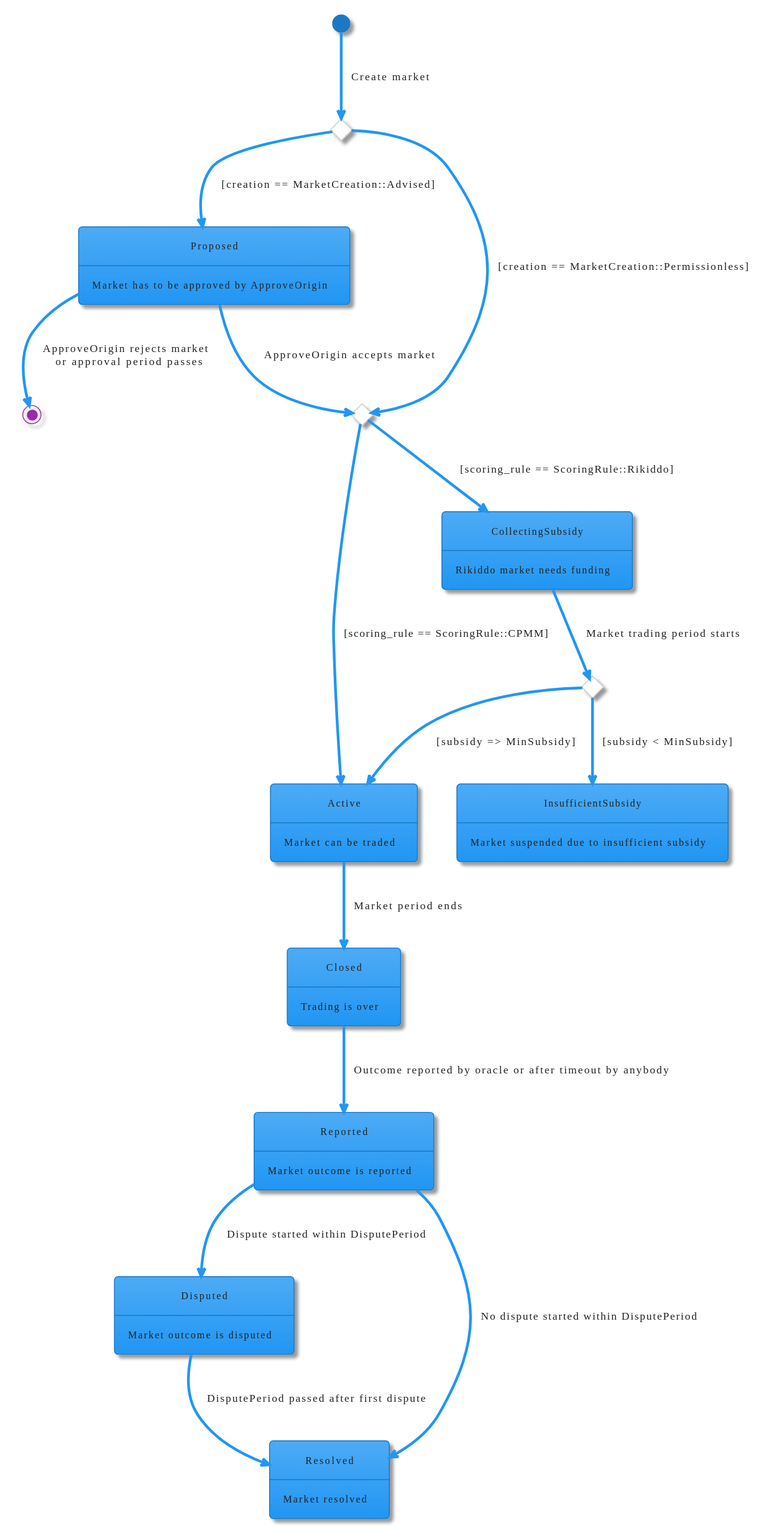
Earlier version of the PlantUML export docs/diagrams/svg/market_state_diagram.svg (zeitgeistpm/zeitgeist).
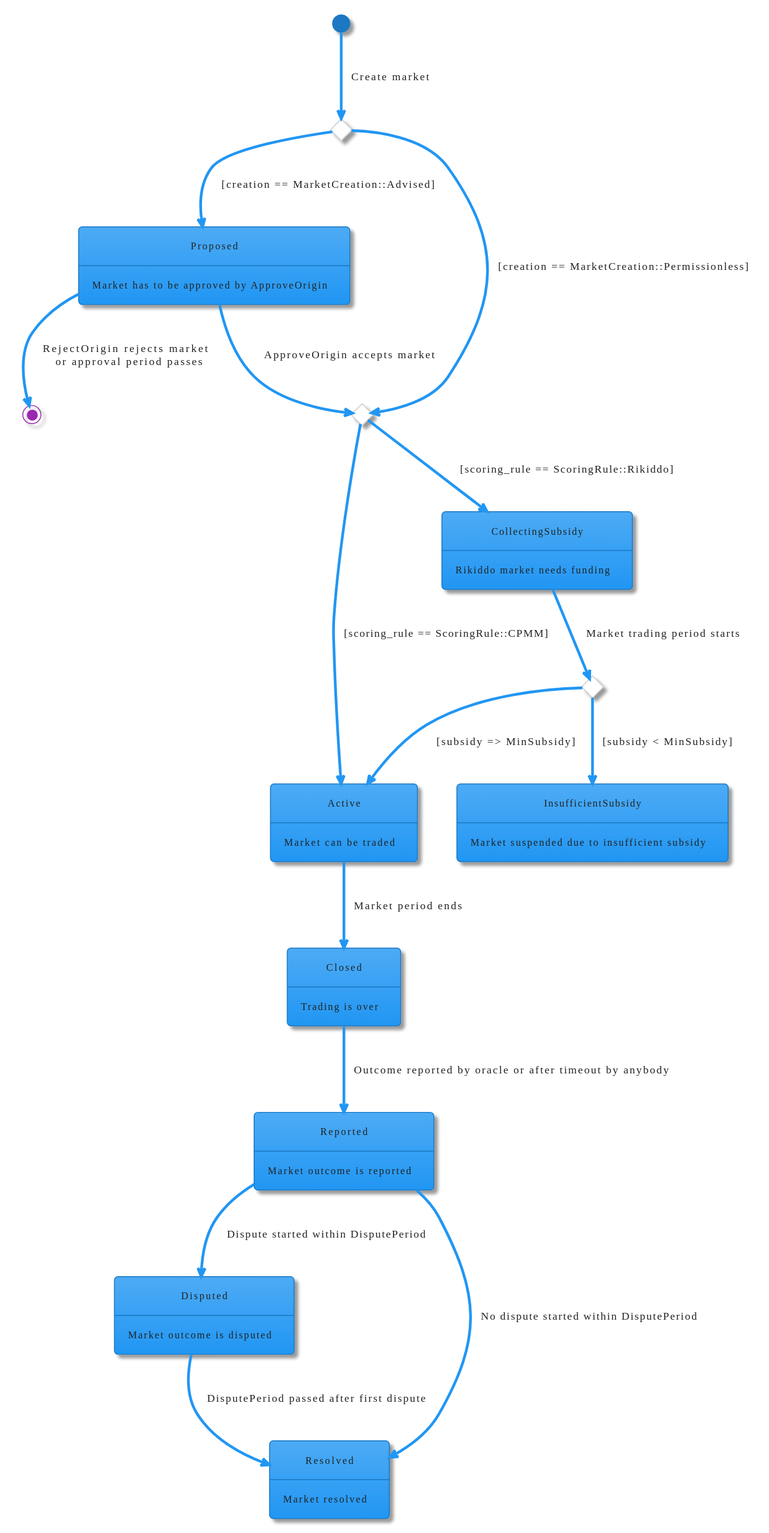
Above is the later version.

Commit message:
Update market state diagram

Diff of the diagram source:
```diff
@@ -22,7 +22,7 @@
 cpmm_or_rikiddo --> CollectingSubsidy : [scoring_rule == ScoringRule::Rikiddo]
 
 Proposed --> cpmm_or_rikiddo : ApproveOrigin accepts market
-Proposed --> [*] : ApproveOrigin rejects market \n or approval period passes
+Proposed --> [*] : RejectOrigin rejects market \n or approval period passes
 
 CollectingSubsidy --> enough_subsidy : Market trading period starts
 enough_subsidy --> Active : [subsidy => MinSubsidy]
```
